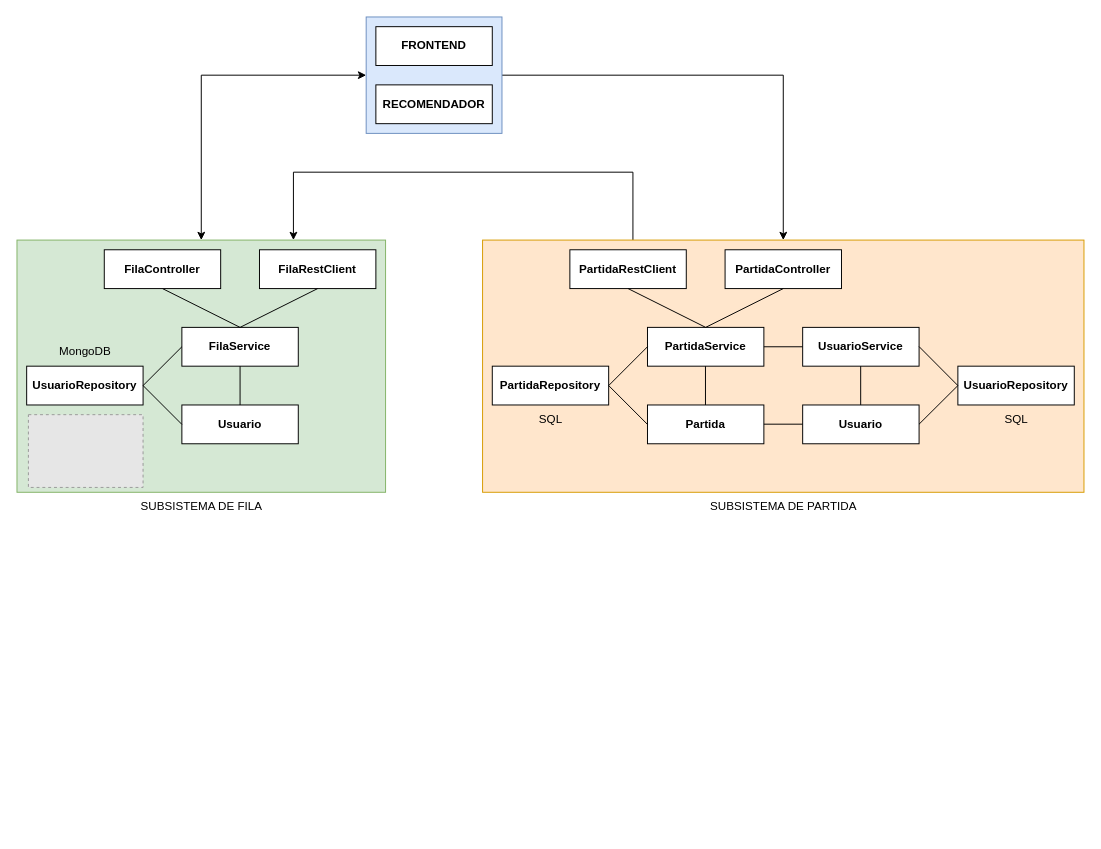
Above: diagrama.drawio in InatelS203/GerenciaDePartidas (draw.io), before the change. Source tidied: cells renumbered, new cells numbered last; positions are measured from the earlier drawing's top-left corner, leaving out a move shared by most shapes. Both pictures are drawn from the tidied source at 97%, with x=0, y=0 at pixel (16, 16). Pictures stored in the file or linked from it are replaced by grey dashed boxes.
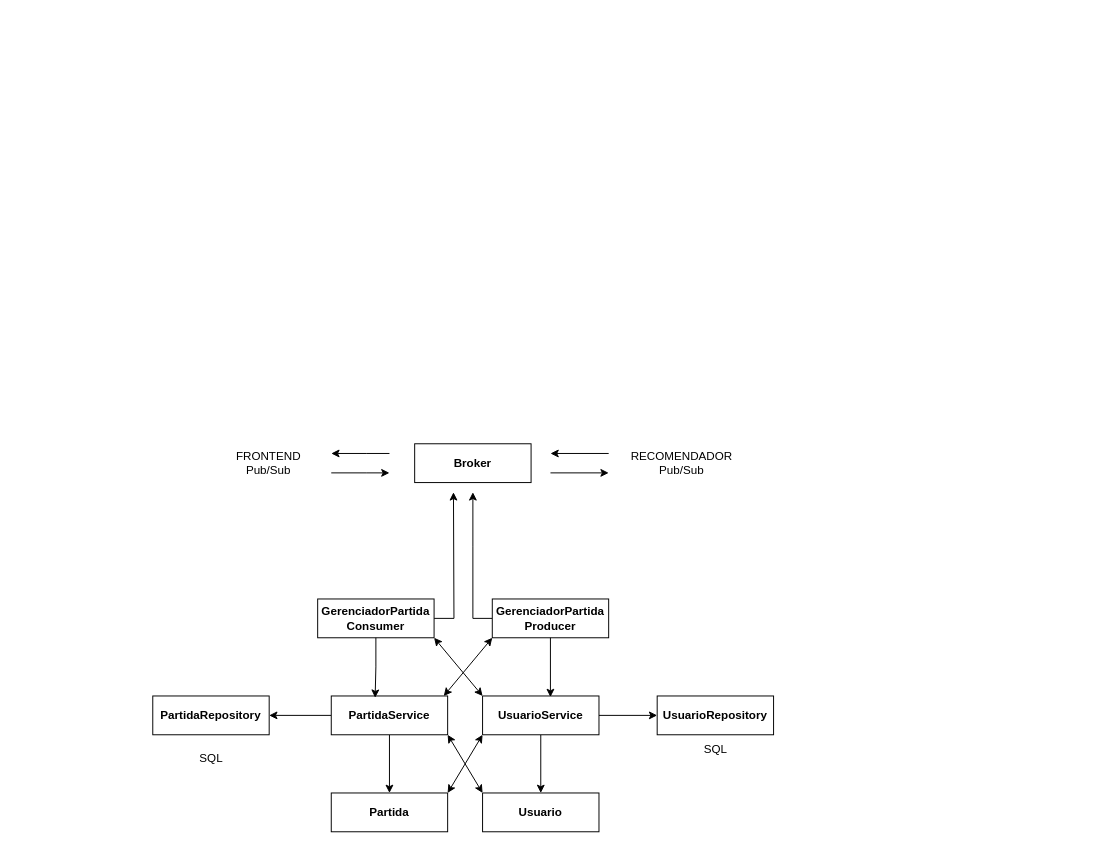
The same page after the edit.

Change to the diagram source:
```diff
@@
-    <mxCell id="2" style="edgeStyle=orthogonalEdgeStyle;rounded=0;jettySize=auto;html=1;exitX=0.25;exitY=0;exitDx=0;exitDy=0;entryX=0.75;entryY=0;entryDx=0;entryDy=0;" parent="1" edge="1" source="3" target="4">
-      <mxGeometry relative="1" as="geometry">
-        <Array as="points">
-          <mxPoint x="635" y="160" />
-          <mxPoint x="285" y="160" />
-        </Array>
-      </mxGeometry>
-    </mxCell>
-    <mxCell id="3" style="whiteSpace=wrap;html=1;fillColor=#ffe6cc;strokeColor=#d79b00;" parent="1" vertex="1">
-      <mxGeometry x="480" y="230" width="620" height="260" as="geometry" />
-    </mxCell>
-    <mxCell id="4" style="whiteSpace=wrap;html=1;fillColor=#d5e8d4;strokeColor=#82b366;" parent="1" vertex="1">
-      <mxGeometry y="230" width="380" height="260" as="geometry" />
-    </mxCell>
-    <mxCell id="5" style="edgeStyle=orthogonalEdgeStyle;rounded=0;jettySize=auto;html=1;exitX=1;exitY=0.5;exitDx=0;exitDy=0;entryX=0.5;entryY=0;entryDx=0;entryDy=0;" parent="1" edge="1" source="6" target="3">
-      <mxGeometry relative="1" as="geometry" />
-    </mxCell>
-    <mxCell id="6" style="whiteSpace=wrap;html=1;fillColor=#dae8fc;strokeColor=#6c8ebf;" parent="1" vertex="1">
-      <mxGeometry x="360" width="140" height="120" as="geometry" />
-    </mxCell>
-    <mxCell id="7" value="&lt;b&gt;Usuario&lt;/b&gt;" style="html=1;whiteSpace=wrap;" parent="1" vertex="1">
-      <mxGeometry x="170" y="400" width="120" height="40" as="geometry" />
-    </mxCell>
-    <mxCell id="8" value="&lt;b&gt;PartidaController&lt;/b&gt;" style="html=1;whiteSpace=wrap;" parent="1" vertex="1">
-      <mxGeometry x="730" y="240" width="120" height="40" as="geometry" />
-    </mxCell>
+    <mxCell id="44" style="edgeStyle=orthogonalEdgeStyle;rounded=0;jettySize=auto;html=1;" parent="1" edge="1" source="45">
+      <mxGeometry relative="1" as="geometry">
+        <mxPoint x="450" y="490" as="targetPoint" />
+      </mxGeometry>
+    </mxCell>
+    <mxCell id="45" value="&lt;b&gt;GerenciadorPartida&lt;br&gt;Consumer&lt;/b&gt;" style="html=1;whiteSpace=wrap;" parent="1" vertex="1">
+      <mxGeometry x="310" y="600" width="120" height="40" as="geometry" />
+    </mxCell>
+    <mxCell id="46" value="FRONTEND&lt;br&gt;Pub/Sub" style="text;html=1;align=center;verticalAlign=middle;strokeColor=none;fillColor=none;" parent="1" vertex="1">
+      <mxGeometry x="214" y="440" width="90" height="40" as="geometry" />
+    </mxCell>
+    <mxCell id="47" style="endArrow=classic;html=1;rounded=0;" parent="1" edge="1">
+      <mxGeometry relative="1" as="geometry">
+        <mxPoint x="324" y="470" as="sourcePoint" />
+        <mxPoint x="384" y="470" as="targetPoint" />
+        <Array as="points">
+          <mxPoint x="360" y="470" />
+        </Array>
+      </mxGeometry>
+    </mxCell>
+    <mxCell id="48" value="&lt;b&gt;Broker&lt;/b&gt;" style="html=1;whiteSpace=wrap;" parent="1" vertex="1">
+      <mxGeometry x="410" y="440" width="120" height="40" as="geometry" />
+    </mxCell>
+    <mxCell id="49" style="endArrow=classic;html=1;rounded=0;" parent="1" edge="1">
+      <mxGeometry relative="1" as="geometry">
+        <mxPoint x="384" y="450" as="sourcePoint" />
+        <mxPoint x="324" y="450" as="targetPoint" />
+        <Array as="points">
+          <mxPoint x="360" y="450" />
+        </Array>
+      </mxGeometry>
+    </mxCell>
+    <mxCell id="50" value="RECOMENDADOR&lt;br&gt;Pub/Sub" style="text;html=1;align=center;verticalAlign=middle;strokeColor=none;fillColor=none;" parent="1" vertex="1">
+      <mxGeometry x="620" y="440" width="130" height="40" as="geometry" />
+    </mxCell>
+    <mxCell id="51" style="endArrow=classic;html=1;rounded=0;" parent="1" edge="1">
+      <mxGeometry relative="1" as="geometry">
+        <mxPoint x="550" y="470" as="sourcePoint" />
+        <mxPoint x="610" y="470" as="targetPoint" />
+      </mxGeometry>
+    </mxCell>
+    <mxCell id="52" style="endArrow=classic;html=1;rounded=0;" parent="1" edge="1">
+      <mxGeometry relative="1" as="geometry">
+        <mxPoint x="610" y="450" as="sourcePoint" />
+        <mxPoint x="550" y="450" as="targetPoint" />
+      </mxGeometry>
+    </mxCell>
+    <mxCell id="53" style="edgeStyle=orthogonalEdgeStyle;rounded=0;jettySize=auto;html=1;exitX=0;exitY=0.5;exitDx=0;exitDy=0;" parent="1" edge="1" source="54">
+      <mxGeometry relative="1" as="geometry">
+        <mxPoint x="470" y="490" as="targetPoint" />
+      </mxGeometry>
+    </mxCell>
+    <mxCell id="54" value="&lt;b&gt;GerenciadorPartida&lt;br&gt;Producer&lt;/b&gt;" style="html=1;whiteSpace=wrap;" parent="1" vertex="1">
+      <mxGeometry x="490" y="600" width="120" height="40" as="geometry" />
+    </mxCell>
+    <mxCell id="55" style="edgeStyle=orthogonalEdgeStyle;rounded=0;jettySize=auto;html=1;entryX=0.5;entryY=0;entryDx=0;entryDy=0;" parent="1" edge="1" source="11" target="9">
+      <mxGeometry relative="1" as="geometry" />
+    </mxCell>
+    <mxCell id="56" style="edgeStyle=orthogonalEdgeStyle;rounded=0;jettySize=auto;html=1;" parent="1" edge="1" source="11" target="13">
+      <mxGeometry relative="1" as="geometry" />
+    </mxCell>
+    <mxCell id="11" value="&lt;b&gt;PartidaService&lt;/b&gt;" style="html=1;whiteSpace=wrap;" parent="1" vertex="1">
+      <mxGeometry x="324" y="700" width="120" height="40" as="geometry" />
+    </mxCell>
+    <mxCell id="57" style="edgeStyle=orthogonalEdgeStyle;rounded=0;jettySize=auto;html=1;entryX=0.5;entryY=0;entryDx=0;entryDy=0;" parent="1" edge="1" source="24" target="59">
+      <mxGeometry relative="1" as="geometry" />
+    </mxCell>
+    <mxCell id="58" style="edgeStyle=orthogonalEdgeStyle;rounded=0;jettySize=auto;html=1;entryX=0;entryY=0.5;entryDx=0;entryDy=0;" parent="1" edge="1" source="24" target="67">
+      <mxGeometry relative="1" as="geometry" />
+    </mxCell>
+    <mxCell id="24" value="&lt;b&gt;UsuarioService&lt;/b&gt;" style="html=1;whiteSpace=wrap;" parent="1" vertex="1">
+      <mxGeometry x="480" y="700" width="120" height="40" as="geometry" />
+    </mxCell>
     <mxCell id="9" value="&lt;b&gt;Partida&lt;/b&gt;" style="html=1;whiteSpace=wrap;" parent="1" vertex="1">
-      <mxGeometry x="650" y="400" width="120" height="40" as="geometry" />
+      <mxGeometry x="324" y="800" width="120" height="40" as="geometry" />
     </mxCell>
-    <mxCell id="10" value="&lt;b&gt;FilaService&lt;/b&gt;" style="html=1;whiteSpace=wrap;" parent="1" vertex="1">
-      <mxGeometry x="170" y="320" width="120" height="40" as="geometry" />
-    </mxCell>
-    <mxCell id="11" value="&lt;b&gt;PartidaService&lt;/b&gt;" style="html=1;whiteSpace=wrap;" parent="1" vertex="1">
-      <mxGeometry x="650" y="320" width="120" height="40" as="geometry" />
-    </mxCell>
-    <mxCell id="12" value="&lt;b&gt;UsuarioRepository&lt;/b&gt;" style="html=1;whiteSpace=wrap;" parent="1" vertex="1">
-      <mxGeometry x="10" y="360" width="120" height="40" as="geometry" />
-    </mxCell>
+    <mxCell id="59" value="&lt;b&gt;Usuario&lt;/b&gt;" style="html=1;whiteSpace=wrap;" parent="1" vertex="1">
+      <mxGeometry x="480" y="800" width="120" height="40" as="geometry" />
+    </mxCell>
+    <mxCell id="60" style="endArrow=classic;startArrow=classic;html=1;rounded=0;exitX=1;exitY=0;exitDx=0;exitDy=0;" parent="1" edge="1" source="9">
+      <mxGeometry relative="1" as="geometry">
+        <mxPoint x="480" y="740" as="targetPoint" />
+      </mxGeometry>
+    </mxCell>
+    <mxCell id="61" style="endArrow=classic;startArrow=classic;html=1;rounded=0;entryX=0;entryY=1;entryDx=0;entryDy=0;" parent="1" edge="1" target="54">
+      <mxGeometry relative="1" as="geometry">
+        <mxPoint x="440" y="700" as="sourcePoint" />
+      </mxGeometry>
+    </mxCell>
+    <mxCell id="62" style="endArrow=classic;startArrow=classic;html=1;rounded=0;exitX=1;exitY=1;exitDx=0;exitDy=0;entryX=0;entryY=0;entryDx=0;entryDy=0;" parent="1" edge="1" source="45" target="24">
+      <mxGeometry relative="1" as="geometry" />
+    </mxCell>
+    <mxCell id="63" style="edgeStyle=orthogonalEdgeStyle;rounded=0;jettySize=auto;html=1;entryX=0.583;entryY=0.028;entryDx=0;entryDy=0;entryPerimeter=0;" parent="1" edge="1" source="54" target="24">
+      <mxGeometry relative="1" as="geometry" />
+    </mxCell>
+    <mxCell id="64" style="edgeStyle=orthogonalEdgeStyle;rounded=0;jettySize=auto;html=1;entryX=0.377;entryY=0.045;entryDx=0;entryDy=0;entryPerimeter=0;" parent="1" edge="1" source="45" target="11">
+      <mxGeometry relative="1" as="geometry" />
+    </mxCell>
+    <mxCell id="65" style="endArrow=classic;startArrow=classic;html=1;rounded=0;exitX=0;exitY=0;exitDx=0;exitDy=0;entryX=1;entryY=1;entryDx=0;entryDy=0;" parent="1" edge="1" source="59" target="11">
+      <mxGeometry relative="1" as="geometry" />
+    </mxCell>
+    <mxCell id="66" value="SQL" style="text;html=1;align=center;verticalAlign=middle;strokeColor=none;fillColor=none;" parent="1" vertex="1">
+      <mxGeometry x="695" y="740" width="50" height="30" as="geometry" />
+    </mxCell>
+    <mxCell id="67" value="&lt;b&gt;UsuarioRepository&lt;/b&gt;" style="html=1;whiteSpace=wrap;" parent="1" vertex="1">
+      <mxGeometry x="660" y="700" width="120" height="40" as="geometry" />
+    </mxCell>
     <mxCell id="13" value="&lt;b&gt;PartidaRepository&lt;/b&gt;" style="html=1;whiteSpace=wrap;" parent="1" vertex="1">
-      <mxGeometry x="490" y="360" width="120" height="40" as="geometry" />
+      <mxGeometry x="140" y="700" width="120" height="40" as="geometry" />
     </mxCell>
-    <mxCell id="14" style="endArrow=none;html=1;rounded=0;exitX=0.5;exitY=0;exitDx=0;exitDy=0;entryX=0.5;entryY=1;entryDx=0;entryDy=0;" parent="1" edge="1" source="11" target="8">
-      <mxGeometry relative="1" as="geometry" />
-    </mxCell>
-    <mxCell id="15" style="endArrow=none;html=1;rounded=0;exitX=1;exitY=0.5;exitDx=0;exitDy=0;" parent="1" edge="1" source="12">
-      <mxGeometry relative="1" as="geometry">
-        <mxPoint x="170" y="340" as="targetPoint" />
-      </mxGeometry>
-    </mxCell>
-    <mxCell id="16" style="endArrow=none;html=1;rounded=0;exitX=0.5;exitY=0;exitDx=0;exitDy=0;" parent="1" edge="1" source="7">
-      <mxGeometry relative="1" as="geometry">
-        <mxPoint x="230" y="360" as="targetPoint" />
-      </mxGeometry>
-    </mxCell>
-    <mxCell id="17" style="endArrow=none;html=1;rounded=0;exitX=0.5;exitY=0;exitDx=0;exitDy=0;" parent="1" edge="1">
-      <mxGeometry relative="1" as="geometry">
-        <mxPoint x="709.8" y="400" as="sourcePoint" />
-        <mxPoint x="709.8" y="360" as="targetPoint" />
-      </mxGeometry>
-    </mxCell>
-    <mxCell id="18" style="endArrow=none;html=1;rounded=0;exitX=1;exitY=0.5;exitDx=0;exitDy=0;" parent="1" edge="1" source="12">
-      <mxGeometry relative="1" as="geometry">
-        <mxPoint x="170" y="420" as="targetPoint" />
-      </mxGeometry>
-    </mxCell>
-    <mxCell id="19" style="endArrow=none;html=1;rounded=0;exitX=1;exitY=0.5;exitDx=0;exitDy=0;" parent="1" edge="1">
-      <mxGeometry relative="1" as="geometry">
-        <mxPoint x="610" y="380" as="sourcePoint" />
-        <mxPoint x="650" y="340" as="targetPoint" />
-      </mxGeometry>
-    </mxCell>
-    <mxCell id="20" style="endArrow=none;html=1;rounded=0;exitX=1;exitY=0.5;exitDx=0;exitDy=0;" parent="1" edge="1">
-      <mxGeometry relative="1" as="geometry">
-        <mxPoint x="610" y="380" as="sourcePoint" />
-        <mxPoint x="650" y="420" as="targetPoint" />
-      </mxGeometry>
-    </mxCell>
-    <mxCell id="21" style="endArrow=none;html=1;rounded=0;exitX=0.5;exitY=0;exitDx=0;exitDy=0;entryX=0.5;entryY=1;entryDx=0;entryDy=0;" parent="1" edge="1" source="10" target="28">
-      <mxGeometry relative="1" as="geometry" />
-    </mxCell>
-    <mxCell id="22" value="SQL" style="text;html=1;align=center;verticalAlign=middle;strokeColor=none;fillColor=none;" parent="1" vertex="1">
-      <mxGeometry x="525" y="400" width="50" height="30" as="geometry" />
-    </mxCell>
-    <mxCell id="23" value="MongoDB" style="text;html=1;align=center;verticalAlign=middle;strokeColor=none;fillColor=none;" parent="1" vertex="1">
-      <mxGeometry x="30" y="330" width="80" height="30" as="geometry" />
-    </mxCell>
-    <mxCell id="24" value="&lt;b&gt;UsuarioService&lt;/b&gt;" style="html=1;whiteSpace=wrap;" parent="1" vertex="1">
-      <mxGeometry x="810" y="320" width="120" height="40" as="geometry" />
-    </mxCell>
-    <mxCell id="25" value="SQL" style="text;html=1;align=center;verticalAlign=middle;strokeColor=none;fillColor=none;" parent="1" vertex="1">
-      <mxGeometry x="1005" y="400" width="50" height="30" as="geometry" />
-    </mxCell>
-    <mxCell id="26" value="&lt;b&gt;UsuarioRepository&lt;/b&gt;" style="html=1;whiteSpace=wrap;" parent="1" vertex="1">
-      <mxGeometry x="970" y="360" width="120" height="40" as="geometry" />
-    </mxCell>
-    <mxCell id="27" style="endArrow=none;html=1;rounded=0;exitX=0.5;exitY=0;exitDx=0;exitDy=0;" parent="1" edge="1">
-      <mxGeometry relative="1" as="geometry">
-        <mxPoint x="869.8" y="400" as="sourcePoint" />
-        <mxPoint x="869.8" y="360" as="targetPoint" />
-      </mxGeometry>
-    </mxCell>
-    <mxCell id="28" value="&lt;b&gt;FilaController&lt;/b&gt;" style="html=1;whiteSpace=wrap;" parent="1" vertex="1">
-      <mxGeometry x="90" y="240" width="120" height="40" as="geometry" />
-    </mxCell>
-    <mxCell id="29" style="fillColor=#E6E6E6;strokeColor=#999999;dashed=1;verticalLabelPosition=bottom;labelBackgroundColor=default;verticalAlign=top;" parent="1" vertex="1">
-      <mxGeometry x="11.8" y="410" width="118.2" height="75" as="geometry" />
-    </mxCell>
-    <mxCell id="30" value="&lt;b&gt;FilaRestClient&lt;/b&gt;" style="html=1;whiteSpace=wrap;" parent="1" vertex="1">
-      <mxGeometry x="250" y="240" width="120" height="40" as="geometry" />
-    </mxCell>
-    <mxCell id="31" style="endArrow=none;html=1;rounded=0;entryX=0.5;entryY=1;entryDx=0;entryDy=0;exitX=0.5;exitY=0;exitDx=0;exitDy=0;" parent="1" edge="1" source="10" target="30">
-      <mxGeometry relative="1" as="geometry" />
-    </mxCell>
-    <mxCell id="32" value="&lt;b&gt;FRONTEND&lt;/b&gt;" style="html=1;whiteSpace=wrap;" parent="1" vertex="1">
-      <mxGeometry x="370" y="10" width="120" height="40" as="geometry" />
-    </mxCell>
-    <mxCell id="33" value="&lt;b&gt;RECOMENDADOR&lt;/b&gt;" style="html=1;whiteSpace=wrap;" parent="1" vertex="1">
-      <mxGeometry x="370" y="70" width="120" height="40" as="geometry" />
-    </mxCell>
-    <mxCell id="34" value="&lt;b&gt;PartidaRestClient&lt;/b&gt;" style="html=1;whiteSpace=wrap;" parent="1" vertex="1">
-      <mxGeometry x="570" y="240" width="120" height="40" as="geometry" />
-    </mxCell>
-    <mxCell id="35" style="endArrow=none;html=1;rounded=0;exitX=0.5;exitY=0;exitDx=0;exitDy=0;entryX=0.5;entryY=1;entryDx=0;entryDy=0;" parent="1" edge="1" source="11" target="34">
-      <mxGeometry relative="1" as="geometry" />
-    </mxCell>
-    <mxCell id="36" style="endArrow=none;html=1;rounded=0;exitX=0;exitY=0.5;exitDx=0;exitDy=0;entryX=1;entryY=0.5;entryDx=0;entryDy=0;" parent="1" edge="1" source="24" target="11">
-      <mxGeometry relative="1" as="geometry" />
-    </mxCell>
-    <mxCell id="37" value="&lt;b&gt;Usuario&lt;/b&gt;" style="html=1;whiteSpace=wrap;" parent="1" vertex="1">
-      <mxGeometry x="810" y="400" width="120" height="40" as="geometry" />
-    </mxCell>
-    <mxCell id="38" style="endArrow=none;html=1;rounded=0;exitX=0;exitY=0.5;exitDx=0;exitDy=0;entryX=1;entryY=0.5;entryDx=0;entryDy=0;" parent="1" edge="1">
-      <mxGeometry relative="1" as="geometry">
-        <mxPoint x="810" y="419.8" as="sourcePoint" />
-        <mxPoint x="770" y="419.8" as="targetPoint" />
-      </mxGeometry>
-    </mxCell>
-    <mxCell id="39" style="endArrow=none;html=1;rounded=0;exitX=0;exitY=0.5;exitDx=0;exitDy=0;entryX=1;entryY=0.5;entryDx=0;entryDy=0;" parent="1" edge="1" source="26">
-      <mxGeometry relative="1" as="geometry">
-        <mxPoint x="930" y="419.8" as="targetPoint" />
-      </mxGeometry>
-    </mxCell>
-    <mxCell id="40" style="endArrow=none;html=1;rounded=0;entryX=1;entryY=0.5;entryDx=0;entryDy=0;" parent="1" edge="1">
-      <mxGeometry relative="1" as="geometry">
-        <mxPoint x="970" y="380" as="sourcePoint" />
-        <mxPoint x="930" y="339.8" as="targetPoint" />
-      </mxGeometry>
-    </mxCell>
-    <mxCell id="41" style="endArrow=classic;startArrow=classic;html=1;rounded=0;entryX=0;entryY=0.5;entryDx=0;entryDy=0;exitX=0.5;exitY=0;exitDx=0;exitDy=0;" parent="1" edge="1" source="4" target="6">
-      <mxGeometry relative="1" as="geometry">
-        <Array as="points">
-          <mxPoint x="190" y="60" />
-        </Array>
-      </mxGeometry>
-    </mxCell>
-    <mxCell id="42" value="SUBSISTEMA DE FILA" style="text;html=1;align=center;verticalAlign=middle;strokeColor=none;fillColor=none;" parent="1" vertex="1">
-      <mxGeometry x="115" y="490" width="150" height="30" as="geometry" />
-    </mxCell>
-    <mxCell id="43" value="SUBSISTEMA DE PARTIDA" style="text;html=1;align=center;verticalAlign=middle;strokeColor=none;fillColor=none;" parent="1" vertex="1">
-      <mxGeometry x="705" y="490" width="170" height="30" as="geometry" />
-    </mxCell>
+    <mxCell id="68" value="SQL" style="text;html=1;align=center;verticalAlign=middle;strokeColor=none;fillColor=none;" parent="1" vertex="1">
+      <mxGeometry x="175" y="750" width="50" height="30" as="geometry" />
+    </mxCell>
```
